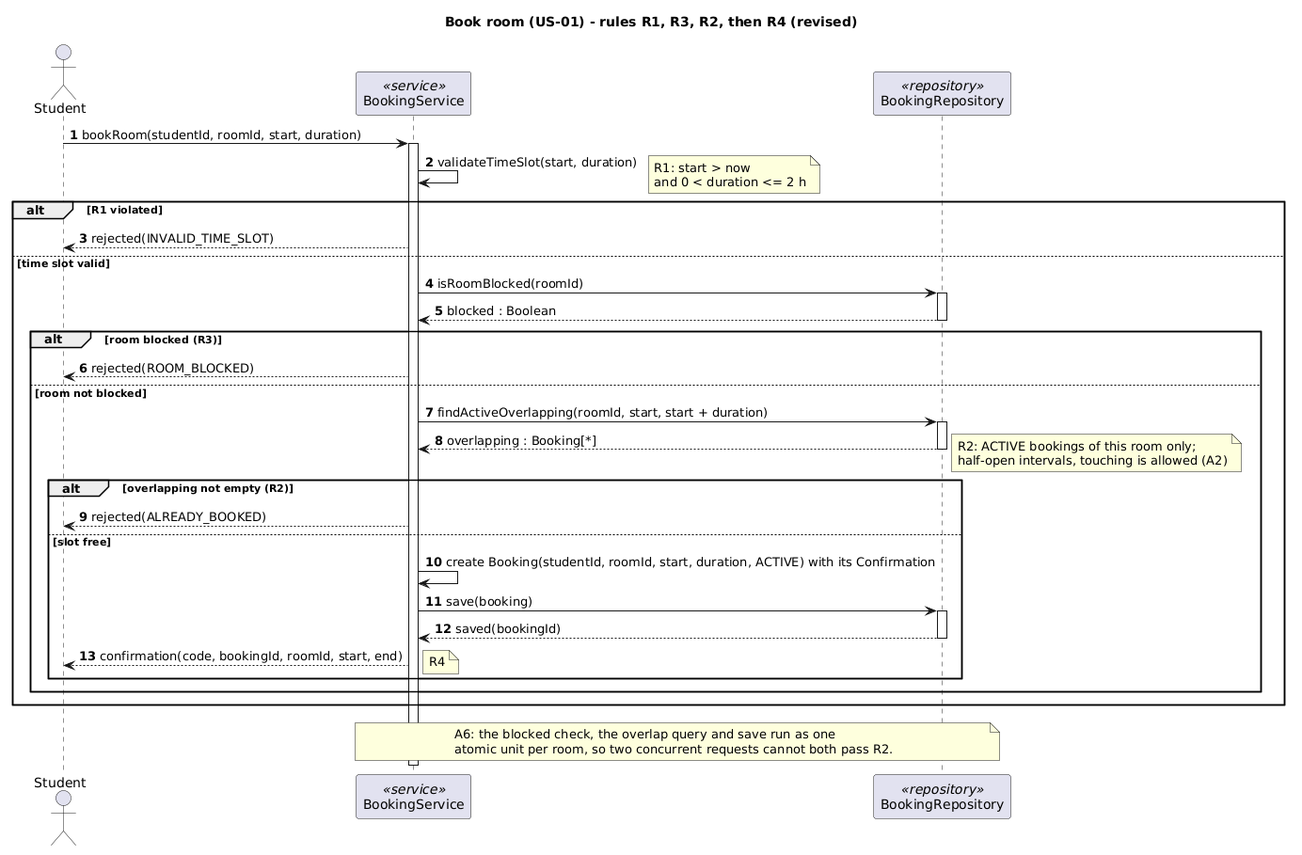
The PlantUML diagram week-04/models/img/sequence.png in Xseron/se-practice, before a commit. Its diagram source:
```plantuml
@startuml
title Book room (US-01) - rules R1, R3, R2, then R4 (revised)

skinparam shadowing false
autonumber

actor Student
participant "BookingService" as BS <<service>>
participant "BookingRepository" as BR <<repository>>

Student -> BS : bookRoom(studentId, roomId, start, duration)
activate BS

BS -> BS : validateTimeSlot(start, duration)
note right
  R1: start > now
  and 0 < duration <= 2 h
end note

alt R1 violated
  BS --> Student : rejected(INVALID_TIME_SLOT)
else time slot valid
  BS -> BR : isRoomBlocked(roomId)
  activate BR
  BR --> BS : blocked : Boolean
  deactivate BR

  alt room blocked (R3)
    BS --> Student : rejected(ROOM_BLOCKED)
  else room not blocked
    BS -> BR : findActiveOverlapping(roomId, start, start + duration)
    activate BR
    BR --> BS : overlapping : Booking[*]
    deactivate BR
    note right
      R2: ACTIVE bookings of this room only;
      half-open intervals, touching is allowed (A2)
    end note

    alt overlapping not empty (R2)
      BS --> Student : rejected(ALREADY_BOOKED)
    else slot free
      BS -> BS : create Booking(studentId, roomId, start, duration, ACTIVE) with its Confirmation
      BS -> BR : save(booking)
      activate BR
      BR --> BS : saved(bookingId)
      deactivate BR
      BS --> Student : confirmation(code, bookingId, roomId, start, end)
      note right : R4
    end
  end
end

note over BS, BR
  A6: the blocked check, the overlap query and save run as one
  atomic unit per room, so two concurrent requests cannot both pass R2.
end note

deactivate BS
@enduml
```
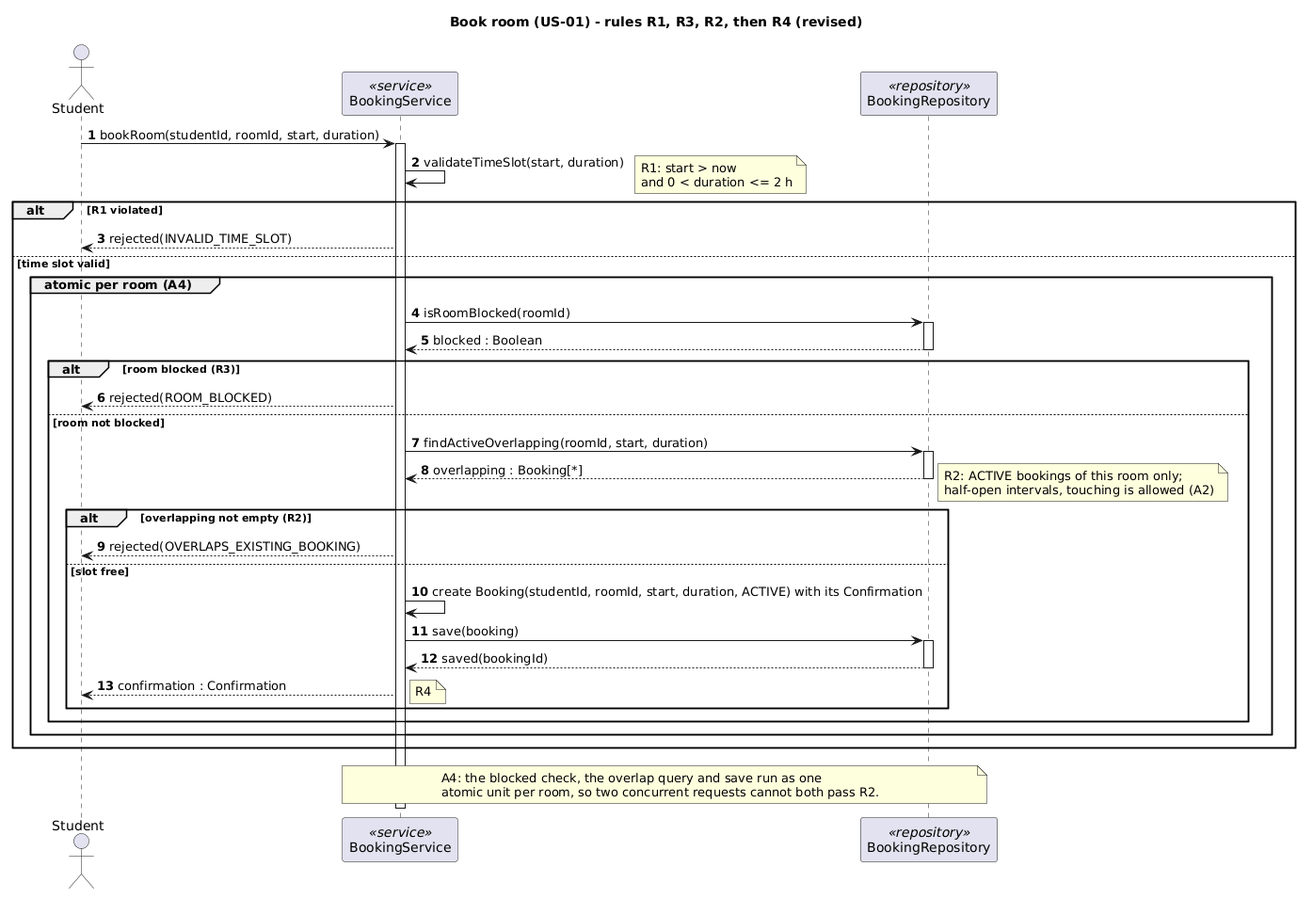
After the commit.

What changed in the source:
```diff
@@ -20,6 +20,7 @@
 alt R1 violated
   BS --> Student : rejected(INVALID_TIME_SLOT)
 else time slot valid
+  group atomic per room (A4)
   BS -> BR : isRoomBlocked(roomId)
   activate BR
   BR --> BS : blocked : Boolean
@@ -28,7 +29,7 @@
   alt room blocked (R3)
     BS --> Student : rejected(ROOM_BLOCKED)
   else room not blocked
-    BS -> BR : findActiveOverlapping(roomId, start, start + duration)
+    BS -> BR : findActiveOverlapping(roomId, start, duration)
     activate BR
     BR --> BS : overlapping : Booking[*]
     deactivate BR
@@ -38,21 +39,22 @@
     end note
 
     alt overlapping not empty (R2)
-      BS --> Student : rejected(ALREADY_BOOKED)
+      BS --> Student : rejected(OVERLAPS_EXISTING_BOOKING)
     else slot free
       BS -> BS : create Booking(studentId, roomId, start, duration, ACTIVE) with its Confirmation
       BS -> BR : save(booking)
       activate BR
       BR --> BS : saved(bookingId)
       deactivate BR
-      BS --> Student : confirmation(code, bookingId, roomId, start, end)
+      BS --> Student : confirmation : Confirmation
       note right : R4
     end
+  end
   end
 end
 
 note over BS, BR
-  A6: the blocked check, the overlap query and save run as one
+  A4: the blocked check, the overlap query and save run as one
   atomic unit per room, so two concurrent requests cannot both pass R2.
 end note
 
```
